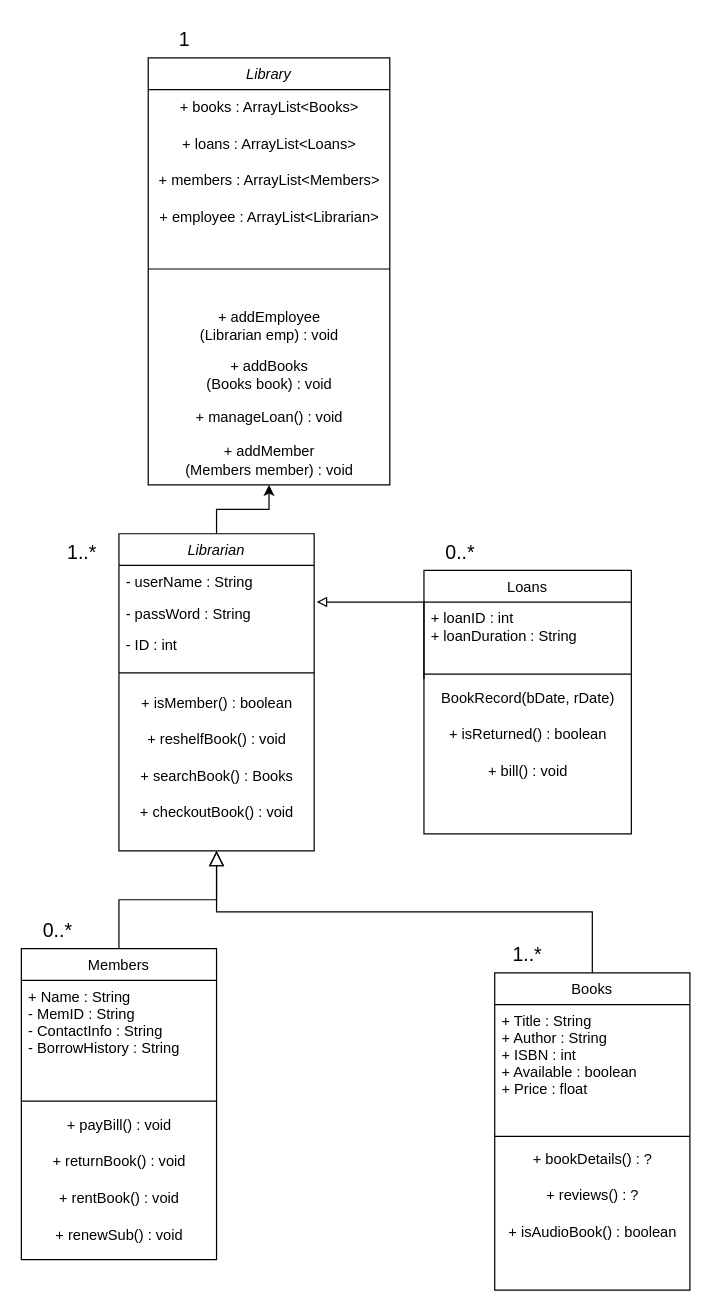
The draw.io diagram Untitled Diagram.drawio in Twpendleton/ClassUMLDiagram, before the edit. Source tidied: cells renumbered, new cells numbered last; positions are measured from the earlier drawing's top-left corner, leaving out a move shared by most shapes. Both pictures are drawn from the tidied source at 122%, with x=0, y=0 at pixel (21, 21).
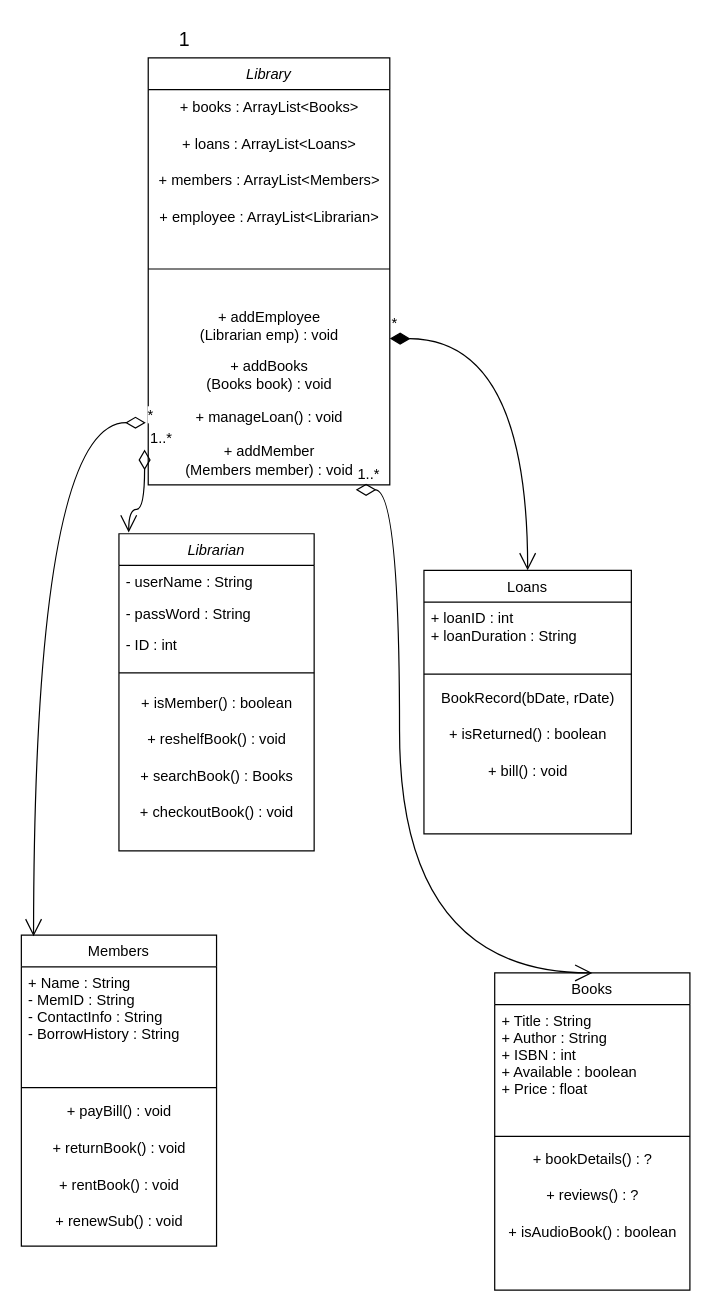
Above is the later version.

Commit message:
Add compositions and aggregations with multiplicities

The change refers to these unchanged cells:
```xml
<mxCell id="3" value="Librarian" style="swimlane;fontStyle=2;align=center;verticalAlign=top;horizontal=1;startSize=26;rounded=0;shadow=0;strokeWidth=1;" parent="1" vertex="1">
  <mxGeometry x="80" y="420" width="160" height="260" as="geometry" />
</mxCell>
<mxCell id="5" value="- passWord : String" style="text;align=left;verticalAlign=top;spacingLeft=4;spacingRight=4;overflow=hidden;points=[[0,0.5],[1,0.5]];portConstraint=eastwest;rounded=0;shadow=0;html=0;" parent="3" vertex="1">
  <mxGeometry y="52" width="160" height="26" as="geometry" />
</mxCell>
<mxCell id="20" value="Books" style="swimlane;fontStyle=0;align=center;verticalAlign=top;horizontal=1;startSize=26;rounded=0;shadow=0;strokeWidth=1;" parent="1" vertex="1">
  <mxGeometry x="388" y="780" width="160" height="260" as="geometry" />
</mxCell>
<mxCell id="27" value="Loans" style="swimlane;fontStyle=0;align=center;verticalAlign=top;horizontal=1;startSize=26;rounded=0;shadow=0;strokeWidth=1;" parent="1" vertex="1">
  <mxGeometry x="330" y="450" width="170" height="216" as="geometry" />
</mxCell>
<mxCell id="30" value="BookRecord(bDate, rDate)" style="text;html=1;align=center;verticalAlign=middle;points=[];strokeColor=none;fillColor=none;" parent="27" vertex="1">
  <mxGeometry y="90" width="170" height="30" as="geometry" />
</mxCell>
<mxCell id="34" value="Library" style="swimlane;fontStyle=2;align=center;verticalAlign=top;horizontal=1;startSize=26;rounded=0;shadow=0;strokeWidth=1;" parent="1" vertex="1">
  <mxGeometry x="104" y="30" width="198" height="350" as="geometry" />
</mxCell>
<mxCell id="42" value="+ manageLoan() : void" style="text;html=1;align=center;verticalAlign=middle;points=[];strokeColor=none;fillColor=none;" parent="34" vertex="1">
  <mxGeometry y="280" width="198" height="30" as="geometry" />
</mxCell>
<mxCell id="43" value="+ addMember&lt;div&gt;(Members member) : void&lt;/div&gt;" style="text;html=1;align=center;verticalAlign=middle;points=[];strokeColor=none;fillColor=none;" parent="34" vertex="1">
  <mxGeometry y="310" width="198" height="40" as="geometry" />
</mxCell>
```

Diff of the diagram source:
```diff
@@
-    <mxCell id="2" style="edgeStyle=orthogonalEdgeStyle;rounded=0;jettySize=auto;html=1;exitX=0.5;exitY=0;exitDx=0;exitDy=0;entryX=0.5;entryY=1;entryDx=0;entryDy=0;" parent="1" edge="1" source="3" target="34">
-      <mxGeometry relative="1" as="geometry" />
-    </mxCell>
@@
     <mxCell id="12" value="Members" style="swimlane;fontStyle=0;align=center;verticalAlign=top;horizontal=1;startSize=26;rounded=0;shadow=0;strokeWidth=1;" parent="1" vertex="1">
-      <mxGeometry y="760" width="160" height="255" as="geometry" />
+      <mxGeometry y="749" width="160" height="255" as="geometry" />
     </mxCell>
@@
-    <mxCell id="19" style="endArrow=block;endSize=10;endFill=0;shadow=0;strokeWidth=1;rounded=0;curved=0;edgeStyle=elbowEdgeStyle;elbow=vertical;" parent="1" edge="1" source="12" target="3">
-      <mxGeometry relative="1" as="geometry" />
-    </mxCell>
@@
-    <mxCell id="26" style="endArrow=block;endSize=10;endFill=0;shadow=0;strokeWidth=1;rounded=0;curved=0;edgeStyle=elbowEdgeStyle;elbow=vertical;" parent="1" edge="1" source="20" target="3">
-      <mxGeometry relative="1" as="geometry" />
-    </mxCell>
@@
-    <mxCell id="33" style="edgeStyle=orthogonalEdgeStyle;rounded=0;jettySize=auto;html=1;entryX=1.013;entryY=0.154;entryDx=0;entryDy=0;entryPerimeter=0;endArrow=block;endFill=0;exitX=0;exitY=-0.033;exitDx=0;exitDy=0;exitPerimeter=0;" parent="1" edge="1" source="30" target="5">
-      <mxGeometry relative="1" as="geometry" />
-    </mxCell>
@@
-    <mxCell id="44" value="1..*" style="text;strokeColor=none;fillColor=none;html=1;align=center;verticalAlign=middle;whiteSpace=wrap;rounded=0;fontSize=16;" parent="1" vertex="1">
-      <mxGeometry x="385" y="750" width="60" height="30" as="geometry" />
-    </mxCell>
-    <mxCell id="45" value="0..*" style="text;strokeColor=none;fillColor=none;html=1;align=center;verticalAlign=middle;whiteSpace=wrap;rounded=0;fontSize=16;" parent="1" vertex="1">
-      <mxGeometry y="730" width="60" height="30" as="geometry" />
-    </mxCell>
-    <mxCell id="46" value="0..*" style="text;strokeColor=none;fillColor=none;html=1;align=center;verticalAlign=middle;whiteSpace=wrap;rounded=0;fontSize=16;" parent="1" vertex="1">
-      <mxGeometry x="330" y="420" width="60" height="30" as="geometry" />
-    </mxCell>
-    <mxCell id="47" value="1..*" style="text;strokeColor=none;fillColor=none;html=1;align=center;verticalAlign=middle;whiteSpace=wrap;rounded=0;fontSize=16;" parent="1" vertex="1">
-      <mxGeometry x="20" y="420" width="60" height="30" as="geometry" />
-    </mxCell>
@@
+    <mxCell id="49" value="*" style="endArrow=open;html=1;endSize=12;startArrow=diamondThin;startSize=14;startFill=1;edgeStyle=orthogonalEdgeStyle;align=left;verticalAlign=bottom;rounded=0;fontSize=12;curved=1;entryX=0.5;entryY=0;entryDx=0;entryDy=0;" parent="1" edge="1" target="27">
+      <mxGeometry x="-1" y="3" relative="1" as="geometry">
+        <mxPoint x="302" y="260" as="sourcePoint" />
+      </mxGeometry>
+    </mxCell>
+    <mxCell id="50" value="1..*" style="endArrow=open;html=1;endSize=12;startArrow=diamondThin;startSize=14;startFill=0;edgeStyle=orthogonalEdgeStyle;align=left;verticalAlign=bottom;rounded=0;fontSize=12;curved=1;exitX=-0.015;exitY=0.275;exitDx=0;exitDy=0;exitPerimeter=0;entryX=0.05;entryY=-0.004;entryDx=0;entryDy=0;entryPerimeter=0;" parent="1" edge="1" source="43" target="3">
+      <mxGeometry x="-1" y="3" relative="1" as="geometry" />
+    </mxCell>
+    <mxCell id="51" value="1..*" style="endArrow=open;html=1;endSize=12;startArrow=diamondThin;startSize=14;startFill=0;edgeStyle=orthogonalEdgeStyle;align=left;verticalAlign=bottom;rounded=0;fontSize=12;curved=1;exitX=0.859;exitY=1.1;exitDx=0;exitDy=0;exitPerimeter=0;entryX=0.5;entryY=0;entryDx=0;entryDy=0;" parent="1" edge="1" source="43" target="20">
+      <mxGeometry x="-1" y="3" relative="1" as="geometry">
+        <Array as="points">
+          <mxPoint x="310" y="384" />
+          <mxPoint x="310" y="780" />
+        </Array>
+      </mxGeometry>
+    </mxCell>
+    <mxCell id="52" value="*" style="endArrow=open;html=1;endSize=12;startArrow=diamondThin;startSize=14;startFill=0;edgeStyle=orthogonalEdgeStyle;align=left;verticalAlign=bottom;rounded=0;fontSize=12;curved=1;exitX=-0.01;exitY=0.633;exitDx=0;exitDy=0;exitPerimeter=0;" parent="1" edge="1" source="42">
+      <mxGeometry x="-1" y="3" relative="1" as="geometry">
+        <mxPoint x="10" y="750" as="targetPoint" />
+      </mxGeometry>
+    </mxCell>
```
